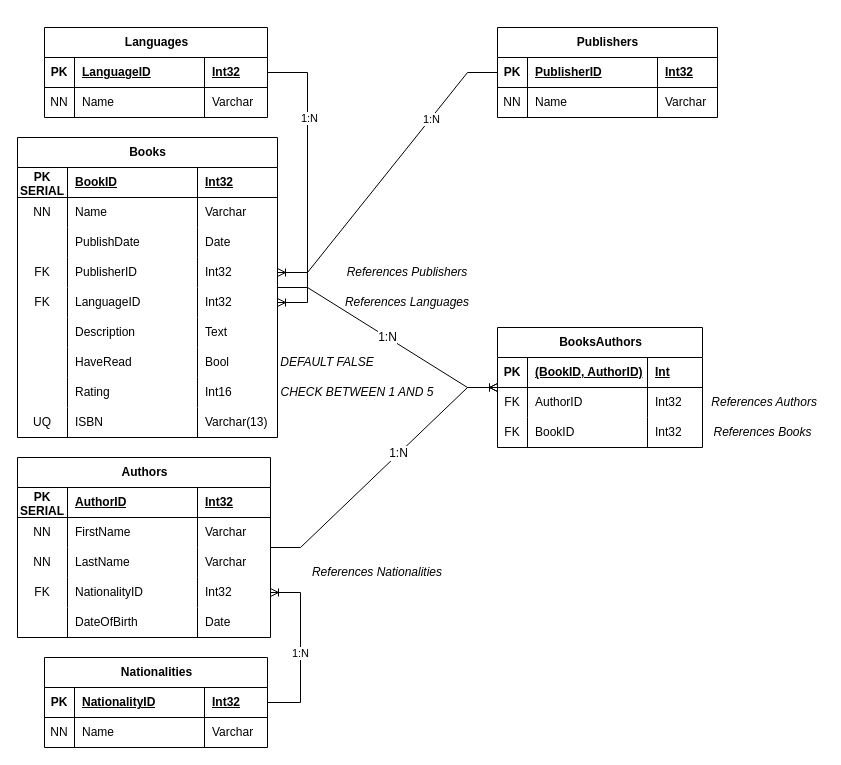
This is navrhy/DB navrh - elektlabs.drawio from MatyasBalcar/elektlabs-staz, a draw.io file, before an edit. Source tidied: cells renumbered, new cells numbered last; positions are measured from the earlier drawing's top-left corner, leaving out a move shared by most shapes. Both pictures are drawn from the tidied source at 100%, with x=0, y=0 at pixel (17, 27).
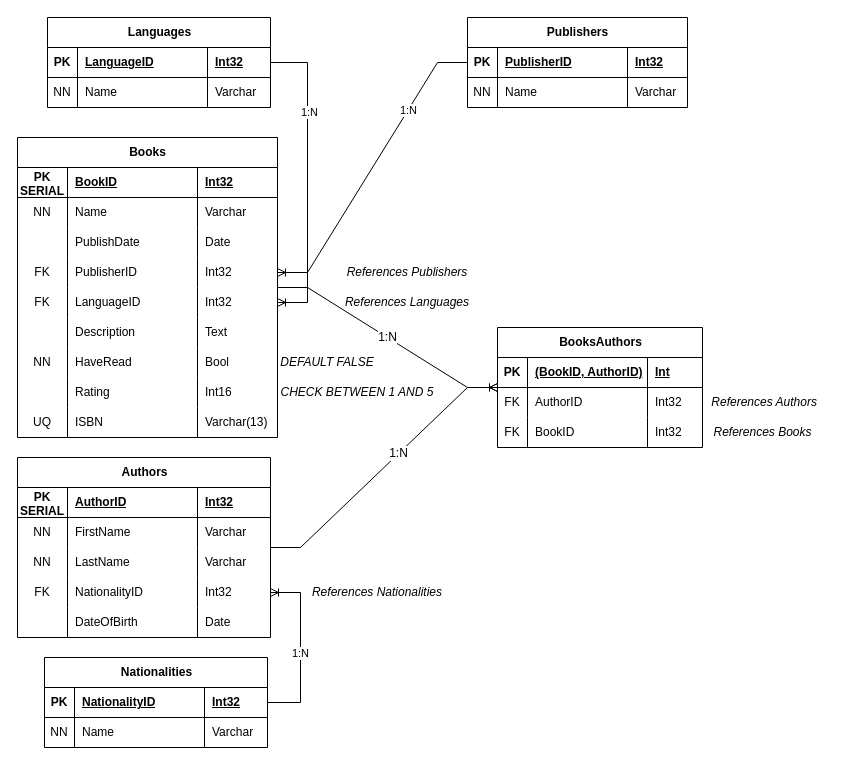
The same diagram, later.

Unchanged cells that the change refers to:
```xml
<mxCell id="27" style="shape=tableRow;horizontal=0;startSize=0;swimlaneHead=0;swimlaneBody=0;fillColor=none;top=0;left=0;right=0;bottom=0;rounded=0;" parent="2" vertex="1">
  <mxGeometry y="210" width="260" height="30" as="geometry" />
</mxCell>
```

Change to the diagram source:
```diff
@@
-    <mxCell id="28" style="shape=partialRectangle;fillColor=none;top=0;left=0;bottom=0;right=0;overflow=hidden;whiteSpace=wrap;html=1;rounded=0;" parent="27" vertex="1">
+    <mxCell id="28" value="NN" style="shape=partialRectangle;fillColor=none;top=0;left=0;bottom=0;right=0;overflow=hidden;whiteSpace=wrap;html=1;rounded=0;" parent="27" vertex="1">
       <mxGeometry width="50" height="30" as="geometry" />
     </mxCell>
@@
     <mxCell id="78" value="Languages" style="shape=table;startSize=30;childLayout=tableLayout;rowLines=0;fontStyle=1;align=center;html=1;" parent="1" vertex="1">
-      <mxGeometry x="27" width="223" height="90" as="geometry" />
+      <mxGeometry x="30" y="-10" width="223" height="90" as="geometry" />
     </mxCell>
@@
     <mxCell id="96" value="&lt;i&gt;References Nationalities&lt;/i&gt;" style="text;html=1;whiteSpace=wrap;strokeColor=none;fillColor=none;align=center;verticalAlign=middle;rounded=0;" parent="1" vertex="1">
-      <mxGeometry x="280" y="530" width="160" height="30" as="geometry" />
+      <mxGeometry x="280" y="550" width="160" height="30" as="geometry" />
     </mxCell>
@@
     <mxCell id="98" value="Publishers" style="shape=table;startSize=30;childLayout=tableLayout;rowLines=0;fontStyle=1;align=center;html=1;" parent="1" vertex="1">
-      <mxGeometry x="480" width="220" height="90" as="geometry" />
+      <mxGeometry x="450" y="-10" width="220" height="90" as="geometry" />
     </mxCell>
```
